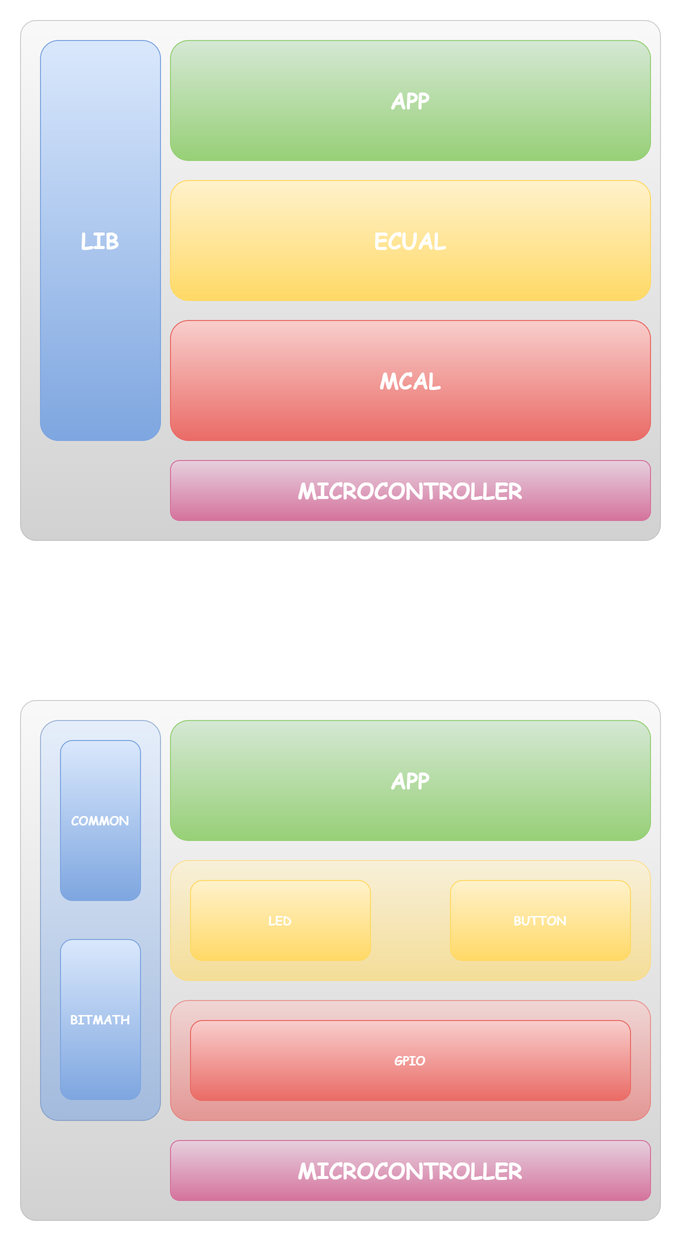
TheGreatEtsh/Projects-ARM-Sprints keeps this draw.io diagram as LEDControl_v2/Diagrams/Pics/LayeredArchitecture.png. Above is the earlier version. Source tidied: cells renumbered, new cells last; positions are measured from the earlier drawing's top-left corner, leaving out a move shared by most shapes.
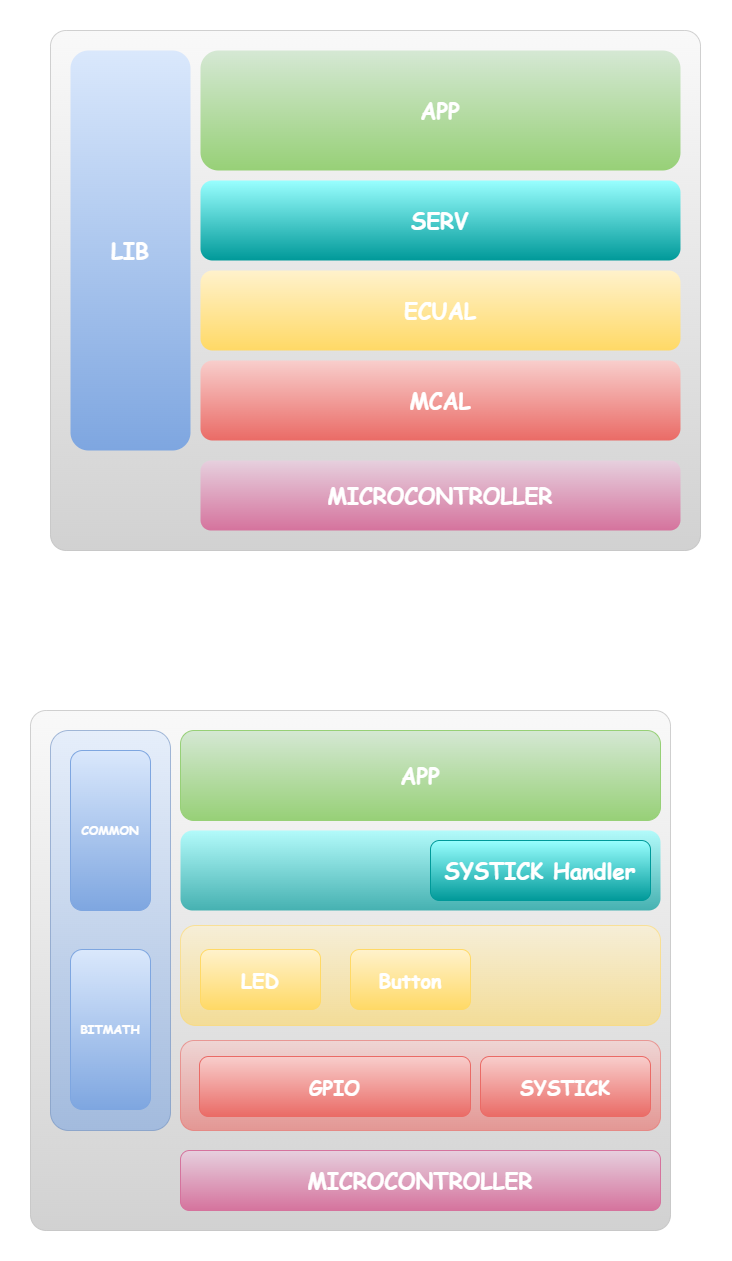
The same diagram one commit later.

Change to the diagram source:
```diff
@@ -2,24 +2,6 @@
   <root>
     <mxCell id="0" />
     <mxCell id="1" parent="0" />
-    <mxCell id="2" style="rounded=1;whiteSpace=wrap;html=1;arcSize=3;fontSize=22;fontFamily=Comic Sans MS;fontStyle=1;opacity=60;fillColor=#f5f5f5;gradientColor=#B3B3B3;strokeColor=#B3B3B3;fontColor=#FFFFFF;" parent="1" vertex="1">
-      <mxGeometry width="640" height="520" as="geometry" />
-    </mxCell>
-    <mxCell id="3" value="&lt;font style=&quot;font-size: 22px;&quot;&gt;&lt;span style=&quot;font-size: 22px;&quot;&gt;LIB&lt;/span&gt;&lt;/font&gt;" style="rounded=1;whiteSpace=wrap;html=1;fontSize=22;fontFamily=Comic Sans MS;fontStyle=1;fillColor=#dae8fc;gradientColor=#7ea6e0;strokeColor=#7EA6E0;fontColor=#FFFFFF;" parent="1" vertex="1">
-      <mxGeometry x="20" y="20" width="120" height="400" as="geometry" />
-    </mxCell>
-    <mxCell id="4" value="&lt;font style=&quot;font-size: 22px;&quot;&gt;&lt;span style=&quot;font-size: 22px;&quot;&gt;MICROCONTROLLER&lt;/span&gt;&lt;/font&gt;" style="rounded=1;whiteSpace=wrap;html=1;direction=south;fontSize=22;fontFamily=Comic Sans MS;fontStyle=1;fillColor=#e6d0de;gradientColor=#d5739d;strokeColor=#D5739D;gradientDirection=east;fontColor=#FFFFFF;" parent="1" vertex="1">
-      <mxGeometry x="150" y="440" width="480" height="60" as="geometry" />
-    </mxCell>
-    <mxCell id="5" value="&lt;font style=&quot;font-size: 22px;&quot;&gt;&lt;span style=&quot;font-size: 22px;&quot;&gt;MCAL&lt;/span&gt;&lt;/font&gt;" style="rounded=1;whiteSpace=wrap;html=1;direction=south;fontSize=22;fontFamily=Comic Sans MS;fontStyle=1;fillColor=#f8cecc;gradientColor=#ea6b66;strokeColor=#EA6B66;gradientDirection=east;fontColor=#FFFFFF;" parent="1" vertex="1">
-      <mxGeometry x="150" y="300" width="480" height="120" as="geometry" />
-    </mxCell>
-    <mxCell id="6" value="&lt;font style=&quot;font-size: 22px;&quot;&gt;&lt;span style=&quot;font-size: 22px;&quot;&gt;ECUAL&lt;/span&gt;&lt;/font&gt;" style="rounded=1;whiteSpace=wrap;html=1;direction=south;fontSize=22;fontFamily=Comic Sans MS;fontStyle=1;fillColor=#fff2cc;gradientColor=#ffd966;strokeColor=#FFD966;gradientDirection=east;fontColor=#FFFFFF;" parent="1" vertex="1">
-      <mxGeometry x="150" y="160" width="480" height="120" as="geometry" />
-    </mxCell>
-    <mxCell id="7" value="&lt;font style=&quot;font-size: 22px;&quot;&gt;&lt;span style=&quot;font-size: 22px;&quot;&gt;APP&lt;/span&gt;&lt;/font&gt;" style="rounded=1;whiteSpace=wrap;html=1;direction=south;fontSize=22;fontFamily=Comic Sans MS;fontStyle=1;fillColor=#d5e8d4;gradientColor=#97d077;strokeColor=#97D077;gradientDirection=east;fontColor=#FFFFFF;" parent="1" vertex="1">
-      <mxGeometry x="150" y="20" width="480" height="120" as="geometry" />
-    </mxCell>
     <mxCell id="8" style="rounded=1;whiteSpace=wrap;html=1;arcSize=3;fontSize=22;fontFamily=Comic Sans MS;fontStyle=1;opacity=60;fillColor=#f5f5f5;gradientColor=#b3b3b3;strokeColor=#B3B3B3;fontColor=#FFFFFF;" parent="1" vertex="1">
       <mxGeometry y="680" width="640" height="520" as="geometry" />
     </mxCell>
@@ -30,13 +12,13 @@
       <mxGeometry x="150" y="1120" width="480" height="60" as="geometry" />
     </mxCell>
     <mxCell id="11" style="rounded=1;whiteSpace=wrap;html=1;direction=south;fontSize=22;fontFamily=Comic Sans MS;fontStyle=1;fillColor=#f8cecc;gradientColor=#ea6b66;strokeColor=#EA6B66;gradientDirection=east;fontColor=#FFFFFF;opacity=60;" parent="1" vertex="1">
-      <mxGeometry x="150" y="980" width="480" height="120" as="geometry" />
+      <mxGeometry x="150" y="1010" width="480" height="90" as="geometry" />
     </mxCell>
     <mxCell id="12" style="rounded=1;whiteSpace=wrap;html=1;direction=south;fontSize=22;fontFamily=Comic Sans MS;fontStyle=1;fillColor=#fff2cc;gradientColor=#ffd966;strokeColor=#FFD966;gradientDirection=east;fontColor=#FFFFFF;opacity=60;" parent="1" vertex="1">
-      <mxGeometry x="150" y="840" width="480" height="120" as="geometry" />
+      <mxGeometry x="150" y="895" width="480" height="100" as="geometry" />
     </mxCell>
     <mxCell id="13" value="&lt;font style=&quot;font-size: 22px;&quot;&gt;&lt;span style=&quot;font-size: 22px;&quot;&gt;APP&lt;/span&gt;&lt;/font&gt;" style="rounded=1;whiteSpace=wrap;html=1;direction=south;fontSize=22;fontFamily=Comic Sans MS;fontStyle=1;fillColor=#d5e8d4;gradientColor=#97d077;strokeColor=#97D077;gradientDirection=east;fontColor=#FFFFFF;" parent="1" vertex="1">
-      <mxGeometry x="150" y="700" width="480" height="120" as="geometry" />
+      <mxGeometry x="150" y="700" width="480" height="90" as="geometry" />
     </mxCell>
     <mxCell id="14" value="COMMON" style="rounded=1;whiteSpace=wrap;html=1;direction=south;fillColor=#dae8fc;gradientColor=#7ea6e0;strokeColor=#7EA6E0;gradientDirection=east;fontFamily=Comic Sans MS;fontColor=#FFFFFF;fontStyle=1;" parent="1" vertex="1">
       <mxGeometry x="40" y="720" width="80" height="160" as="geometry" />
@@ -44,14 +26,44 @@
     <mxCell id="15" value="BITMATH" style="rounded=1;whiteSpace=wrap;html=1;direction=south;fillColor=#dae8fc;gradientColor=#7ea6e0;strokeColor=#7EA6E0;gradientDirection=east;fontFamily=Comic Sans MS;fontColor=#FFFFFF;fontStyle=1;" parent="1" vertex="1">
       <mxGeometry x="40" y="919" width="80" height="160" as="geometry" />
     </mxCell>
-    <mxCell id="16" value="&lt;font face=&quot;Comic Sans MS&quot; color=&quot;#ffffff&quot;&gt;&lt;b&gt;BUTTON&lt;/b&gt;&lt;/font&gt;" style="rounded=1;whiteSpace=wrap;html=1;fillColor=#fff2cc;gradientColor=#ffd966;strokeColor=#FFD966;" parent="1" vertex="1">
-      <mxGeometry x="430" y="860" width="180" height="80" as="geometry" />
-    </mxCell>
-    <mxCell id="17" value="&lt;font face=&quot;Comic Sans MS&quot; color=&quot;#ffffff&quot;&gt;&lt;b&gt;GPIO&lt;/b&gt;&lt;/font&gt;" style="rounded=1;whiteSpace=wrap;html=1;fillColor=#f8cecc;gradientColor=#ea6b66;strokeColor=#EA6B66;" parent="1" vertex="1">
-      <mxGeometry x="170" y="1000" width="440" height="80" as="geometry" />
+    <mxCell id="17" value="&lt;font size=&quot;1&quot; face=&quot;Comic Sans MS&quot; color=&quot;#ffffff&quot;&gt;&lt;b style=&quot;font-size: 20px;&quot;&gt;GPIO&lt;/b&gt;&lt;/font&gt;" style="rounded=1;whiteSpace=wrap;html=1;fillColor=#f8cecc;gradientColor=#ea6b66;strokeColor=#EA6B66;" parent="1" vertex="1">
+      <mxGeometry x="169" y="1026" width="271" height="60" as="geometry" />
     </mxCell>
-    <mxCell id="18" value="&lt;font face=&quot;Comic Sans MS&quot; color=&quot;#ffffff&quot;&gt;&lt;b&gt;LED&lt;/b&gt;&lt;/font&gt;" style="rounded=1;whiteSpace=wrap;html=1;fillColor=#fff2cc;gradientColor=#ffd966;strokeColor=#FFD966;" parent="1" vertex="1">
-      <mxGeometry x="170" y="860" width="180" height="80" as="geometry" />
+    <mxCell id="18" value="&lt;font size=&quot;1&quot; face=&quot;Comic Sans MS&quot; color=&quot;#ffffff&quot;&gt;&lt;b style=&quot;font-size: 20px;&quot;&gt;LED&lt;/b&gt;&lt;/font&gt;" style="rounded=1;whiteSpace=wrap;html=1;fillColor=#fff2cc;gradientColor=#ffd966;strokeColor=#FFD966;" parent="1" vertex="1">
+      <mxGeometry x="170" y="919" width="120" height="60" as="geometry" />
     </mxCell>
+    <mxCell id="19" style="rounded=1;whiteSpace=wrap;html=1;arcSize=3;fontSize=22;fontFamily=Comic Sans MS;fontStyle=1;opacity=60;fillColor=#f5f5f5;gradientColor=#B3B3B3;strokeColor=#B3B3B3;fontColor=#FFFFFF;" parent="1" vertex="1">
+      <mxGeometry x="20" width="650" height="520" as="geometry" />
+    </mxCell>
+    <mxCell id="3" value="&lt;font style=&quot;font-size: 22px;&quot;&gt;&lt;span style=&quot;font-size: 22px;&quot;&gt;LIB&lt;/span&gt;&lt;/font&gt;" style="rounded=1;whiteSpace=wrap;html=1;fontSize=22;fontFamily=Comic Sans MS;fontStyle=1;fillColor=#dae8fc;gradientColor=#7ea6e0;strokeColor=none;fontColor=#FFFFFF;" parent="1" vertex="1">
+      <mxGeometry x="40" y="20" width="120" height="400" as="geometry" />
+    </mxCell>
+    <mxCell id="4" value="&lt;font style=&quot;font-size: 22px;&quot;&gt;&lt;span style=&quot;font-size: 22px;&quot;&gt;MICROCONTROLLER&lt;/span&gt;&lt;/font&gt;" style="rounded=1;whiteSpace=wrap;html=1;direction=south;fontSize=22;fontFamily=Comic Sans MS;fontStyle=1;fillColor=#e6d0de;gradientColor=#d5739d;strokeColor=none;gradientDirection=east;fontColor=#FFFFFF;" parent="1" vertex="1">
+      <mxGeometry x="170" y="430" width="480" height="70" as="geometry" />
+    </mxCell>
+    <mxCell id="5" value="&lt;font style=&quot;font-size: 22px;&quot;&gt;&lt;span style=&quot;font-size: 22px;&quot;&gt;MCAL&lt;/span&gt;&lt;/font&gt;" style="rounded=1;whiteSpace=wrap;html=1;direction=south;fontSize=22;fontFamily=Comic Sans MS;fontStyle=1;fillColor=#f8cecc;gradientColor=#ea6b66;strokeColor=none;gradientDirection=east;fontColor=#FFFFFF;" parent="1" vertex="1">
+      <mxGeometry x="170" y="330" width="480" height="80" as="geometry" />
+    </mxCell>
+    <mxCell id="20" value="&lt;font style=&quot;font-size: 22px;&quot;&gt;&lt;span style=&quot;font-size: 22px;&quot;&gt;SERV&lt;/span&gt;&lt;/font&gt;" style="rounded=1;whiteSpace=wrap;html=1;direction=south;fontSize=22;fontFamily=Comic Sans MS;fontStyle=1;fillColor=#99FFFF;gradientColor=#009999;strokeColor=none;gradientDirection=east;fontColor=#FFFFFF;" parent="1" vertex="1">
+      <mxGeometry x="170" y="150" width="480" height="80" as="geometry" />
+    </mxCell>
+    <mxCell id="7" value="&lt;font style=&quot;font-size: 22px;&quot;&gt;&lt;span style=&quot;font-size: 22px;&quot;&gt;APP&lt;/span&gt;&lt;/font&gt;" style="rounded=1;whiteSpace=wrap;html=1;direction=south;fontSize=22;fontFamily=Comic Sans MS;fontStyle=1;fillColor=#d5e8d4;gradientColor=#97d077;strokeColor=none;gradientDirection=east;fontColor=#FFFFFF;" parent="1" vertex="1">
+      <mxGeometry x="170" y="20" width="480" height="120" as="geometry" />
+    </mxCell>
+    <mxCell id="6" value="&lt;font style=&quot;font-size: 22px;&quot;&gt;&lt;span style=&quot;font-size: 22px;&quot;&gt;ECUAL&lt;/span&gt;&lt;/font&gt;" style="rounded=1;whiteSpace=wrap;html=1;direction=south;fontSize=22;fontFamily=Comic Sans MS;fontStyle=1;fillColor=#fff2cc;gradientColor=#ffd966;strokeColor=none;gradientDirection=east;fontColor=#FFFFFF;" parent="1" vertex="1">
+      <mxGeometry x="170" y="240" width="480" height="80" as="geometry" />
+    </mxCell>
+    <mxCell id="21" value="&lt;font size=&quot;1&quot; face=&quot;Comic Sans MS&quot; color=&quot;#ffffff&quot;&gt;&lt;b style=&quot;font-size: 20px;&quot;&gt;Button&lt;/b&gt;&lt;/font&gt;" style="rounded=1;whiteSpace=wrap;html=1;fillColor=#fff2cc;gradientColor=#ffd966;strokeColor=#FFD966;" parent="1" vertex="1">
+      <mxGeometry x="320" y="919" width="120" height="60" as="geometry" />
+    </mxCell>
+    <mxCell id="22" style="rounded=1;whiteSpace=wrap;html=1;direction=south;fontSize=22;fontFamily=Comic Sans MS;fontStyle=1;fillColor=#99FFFF;gradientColor=#009999;strokeColor=none;gradientDirection=east;fontColor=#FFFFFF;opacity=70;" parent="1" vertex="1">
+      <mxGeometry x="150" y="800" width="480" height="80" as="geometry" />
+    </mxCell>
+    <mxCell id="23" value="SYSTICK Handler" style="rounded=1;whiteSpace=wrap;html=1;direction=south;fontSize=22;fontFamily=Comic Sans MS;fontStyle=1;fillColor=#99FFFF;gradientColor=#009999;strokeColor=#009999;gradientDirection=east;fontColor=#FFFFFF;" parent="1" vertex="1">
+      <mxGeometry x="400" y="810" width="220" height="60" as="geometry" />
+    </mxCell>
+    <mxCell id="24" value="&lt;font size=&quot;1&quot; face=&quot;Comic Sans MS&quot; color=&quot;#ffffff&quot;&gt;&lt;b style=&quot;font-size: 20px;&quot;&gt;SYSTICK&lt;/b&gt;&lt;/font&gt;" style="rounded=1;whiteSpace=wrap;html=1;fillColor=#f8cecc;gradientColor=#ea6b66;strokeColor=#EA6B66;" parent="1" vertex="1">
+      <mxGeometry x="450" y="1026" width="170" height="60" as="geometry" />
+    </mxCell>
   </root>
 </mxGraphModel>
```
